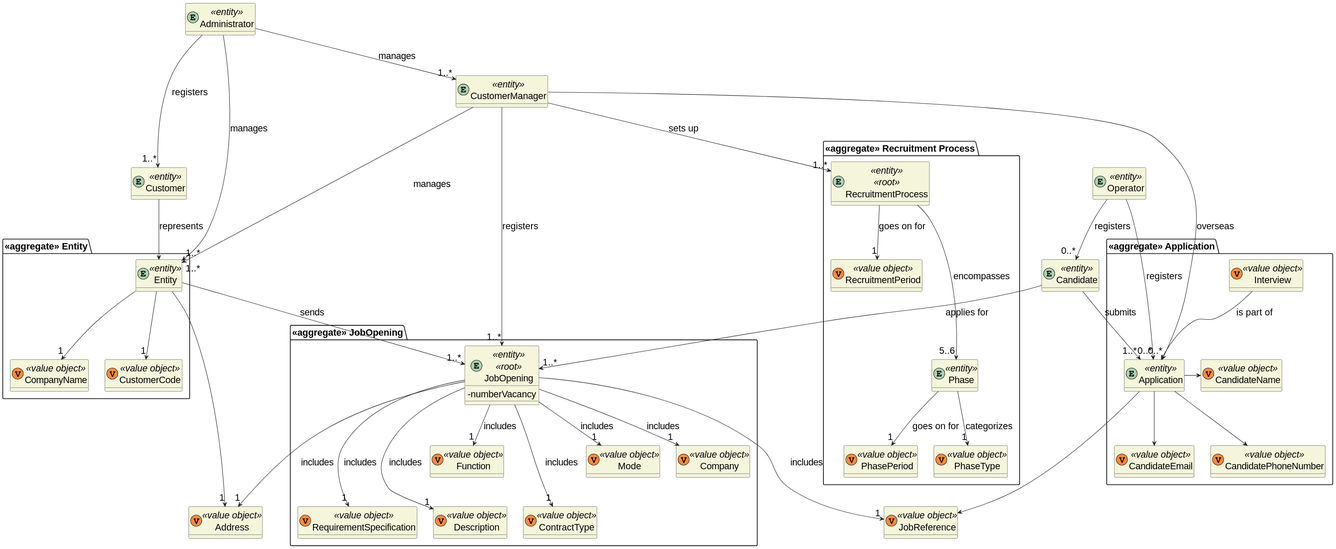
Earlier version of the PlantUML export docs/us_g006/domain-model.svg (rita-barbosa/LAPR4-2324). The source it was exported from:
```plantuml
@startuml
skinparamlocked defaultFontSize 20

skinparam classAttributeIconSize 0
hide empty attributes
skinparam classBackgroundColor beige
skinparam ArrowColor #222222



    class JobReference <<(V,#FF8B40) value object>> {}
    class Address <<(V,#FF8B40) value object>> {}

package "<<aggregate>> JobOpening" {
    entity JobOpening <<entity>> <<root>> {
    - numberVacancy
    }
    class Function <<(V,#FF8B40) value object>> {}
    class ContractType <<(V,#FF8B40) value object>> {}
    class Mode <<(V,#FF8B40) value object>> {}

    class Company <<(V,#FF8B40) value object>> {}
    class RequirementSpecification <<(V,#FF8B40) value object>> {}
    class Description <<(V,#FF8B40) value object>> {}
}

    entity Administrator <<entity>>  {}
    entity CustomerManager <<entity>>  {}

package "<<aggregate>> Entity" {
    entity Entity <<entity>>  {}
    class CompanyName <<(V,#FF8B40) value object>> {}
    class CustomerCode <<(V,#FF8B40) value object>> {}
}

    entity Customer <<entity>>  {}
    entity Operator <<entity>>  {}
    entity Candidate <<entity>>  {}


package "<<aggregate>> Application" {
    entity Application <<entity>>  {}
    class Interview <<(V,#FF8B40) value object>> {}
    class CandidateEmail <<(V,#FF8B40) value object>> {}
    class CandidateName <<(V,#FF8B40) value object>> {}
    class CandidatePhoneNumber <<(V,#FF8B40) value object>> {}
}

package "<<aggregate>> Recruitment Process" {
    entity RecruitmentProcess <<entity>> <<root>> {}
    class RecruitmentPeriod <<(V,#FF8B40) value object>> {}
    entity Phase <<entity>> {}
    class PhasePeriod <<(V,#FF8B40) value object>> {}
    class PhaseType <<(V,#FF8B40) value object>> {}
}



Administrator -> "1..*" Entity: manages
Administrator --> "1..*" CustomerManager : manages
Administrator -> "1..*" Customer : registers

Entity --> "1..*" JobOpening : sends
Entity --> "1" CompanyName
Entity --> "1" Address
Entity --> "1" CustomerCode

CustomerManager ---> "1..*" Entity: manages
CustomerManager -> "1..*" JobOpening: registers

CustomerManager ---> "0..*" Application : overseas
CustomerManager --> "1..*" RecruitmentProcess : sets up


Operator --> "0..*" Candidate : registers
Operator --> "0..*" Application : registers

Candidate --> "1..*" Application : submits
Candidate --> "1..*" JobOpening : applies for

JobOpening ---> "1"  JobReference : includes
JobOpening --> "1"  Mode : includes
JobOpening ---> "1"  Address : includes
JobOpening --> "1"  Function : includes
JobOpening ---> "1"  Description : includes
JobOpening ---> "1"  ContractType : includes
JobOpening --> "1"  Company : includes
JobOpening ---> "1"  RequirementSpecification : includes

RecruitmentProcess --> "1" RecruitmentPeriod : goes on for
RecruitmentProcess ---> "5..6" Phase : encompasses
Phase --> "1" PhasePeriod :  goes on for
Phase --> "1" PhaseType : categorizes

Customer --> Entity :  represents
Interview --> Application : is part of

Application --> JobReference
Application --> CandidateEmail
Application -> CandidateName
Application --> CandidatePhoneNumber
@enduml
```
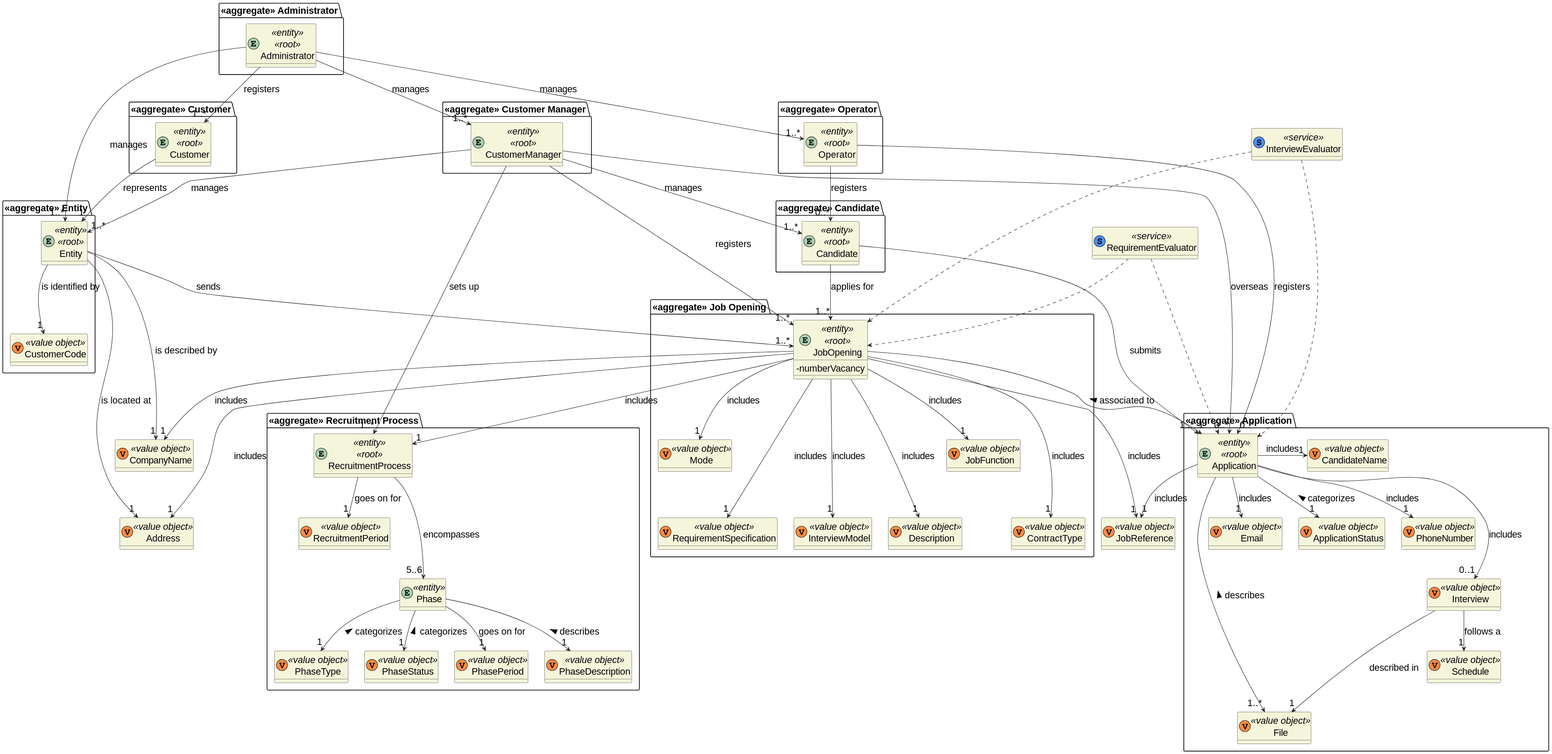
The same diagram one commit later.

Commit message:
docs: update of the domain model. [#7]

What changed in the source:
```diff
@@ -10,40 +10,52 @@
 
     class JobReference <<(V,#FF8B40) value object>> {}
     class Address <<(V,#FF8B40) value object>> {}
+    class CompanyName <<(V,#FF8B40) value object>> {}
 
-package "<<aggregate>> JobOpening" {
+    class RequirementEvaluator <<(S,#4d91f7) service>> {}
+    class InterviewEvaluator <<(S,#4d91f7) service>> {}
+
+package "<<aggregate>> Job Opening" {
     entity JobOpening <<entity>> <<root>> {
     - numberVacancy
     }
-    class Function <<(V,#FF8B40) value object>> {}
+    class JobFunction <<(V,#FF8B40) value object>> {}
     class ContractType <<(V,#FF8B40) value object>> {}
     class Mode <<(V,#FF8B40) value object>> {}
 
-    class Company <<(V,#FF8B40) value object>> {}
     class RequirementSpecification <<(V,#FF8B40) value object>> {}
+     class InterviewModel <<(V,#FF8B40) value object>> {}
     class Description <<(V,#FF8B40) value object>> {}
 }
-
-    entity Administrator <<entity>>  {}
-    entity CustomerManager <<entity>>  {}
-
+package "<<aggregate>> Administrator" {
+    entity Administrator <<entity>> <<root>>  {}
+}
+package "<<aggregate>> Customer Manager" {
+    entity CustomerManager <<entity>> <<root>>  {}
+}
 package "<<aggregate>> Entity" {
-    entity Entity <<entity>>  {}
-    class CompanyName <<(V,#FF8B40) value object>> {}
+    entity Entity <<entity>> <<root>>  {}
     class CustomerCode <<(V,#FF8B40) value object>> {}
 }
-
-    entity Customer <<entity>>  {}
-    entity Operator <<entity>>  {}
-    entity Candidate <<entity>>  {}
-
+package "<<aggregate>> Customer" {
+    entity Customer <<entity>> <<root>> {}
+    }
+package "<<aggregate>> Operator" {
+    entity Operator <<entity>> <<root>> {}
+}
+    package "<<aggregate>> Candidate" {
+    entity Candidate <<entity>>  <<root>>{}
+}
 
 package "<<aggregate>> Application" {
-    entity Application <<entity>>  {}
-    class Interview <<(V,#FF8B40) value object>> {}
-    class CandidateEmail <<(V,#FF8B40) value object>> {}
+    entity Application <<entity>><<root>>  {}
+    class Email <<(V,#FF8B40) value object>> {}
+    class ApplicationStatus <<(V,#FF8B40) value object>> {}
     class CandidateName <<(V,#FF8B40) value object>> {}
-    class CandidatePhoneNumber <<(V,#FF8B40) value object>> {}
+    class PhoneNumber <<(V,#FF8B40) value object>> {}
+    class Interview <<(V,#FF8B40) value object>>   {}
+    class Schedule <<(V,#FF8B40) value object>> {}
+     class File <<(V,#FF8B40) value object>> {}
 }
 
 package "<<aggregate>> Recruitment Process" {
@@ -51,52 +63,58 @@
     class RecruitmentPeriod <<(V,#FF8B40) value object>> {}
     entity Phase <<entity>> {}
     class PhasePeriod <<(V,#FF8B40) value object>> {}
+    class PhaseDescription <<(V,#FF8B40) value object>> {}
     class PhaseType <<(V,#FF8B40) value object>> {}
+    class PhaseStatus <<(V,#FF8B40) value object>> {}
 }
-
 
 
 Administrator -> "1..*" Entity: manages
 Administrator --> "1..*" CustomerManager : manages
+Administrator -> "1..*" Operator : manages
 Administrator -> "1..*" Customer : registers
-
 Entity --> "1..*" JobOpening : sends
-Entity --> "1" CompanyName
-Entity --> "1" Address
-Entity --> "1" CustomerCode
-
-CustomerManager ---> "1..*" Entity: manages
+Entity --> "1" CompanyName : is described by
+Entity --> "1" Address : is located at
+Entity --> "1" CustomerCode : is identified by
+CustomerManager --> "1..*" Entity: manages
 CustomerManager -> "1..*" JobOpening: registers
-
 CustomerManager ---> "0..*" Application : overseas
 CustomerManager --> "1..*" RecruitmentProcess : sets up
-
-
+CustomerManager --> "1..*" Candidate : manages
 Operator --> "0..*" Candidate : registers
 Operator --> "0..*" Application : registers
-
 Candidate --> "1..*" Application : submits
 Candidate --> "1..*" JobOpening : applies for
-
+Customer --> "1" Entity :  represents
 JobOpening ---> "1"  JobReference : includes
 JobOpening --> "1"  Mode : includes
 JobOpening ---> "1"  Address : includes
-JobOpening --> "1"  Function : includes
+JobOpening --> "1"  JobFunction : includes
 JobOpening ---> "1"  Description : includes
 JobOpening ---> "1"  ContractType : includes
-JobOpening --> "1"  Company : includes
+JobOpening --> "1"  CompanyName : includes
 JobOpening ---> "1"  RequirementSpecification : includes
-
+JobOpening ---> "1"  InterviewModel : includes
+JobOpening --> "1"  RecruitmentProcess : includes
+JobOpening --> "1"  Application : associated to <
 RecruitmentProcess --> "1" RecruitmentPeriod : goes on for
 RecruitmentProcess ---> "5..6" Phase : encompasses
 Phase --> "1" PhasePeriod :  goes on for
-Phase --> "1" PhaseType : categorizes
-
-Customer --> Entity :  represents
-Interview --> Application : is part of
-
-Application --> JobReference
-Application --> CandidateEmail
-Application -> CandidateName
-Application --> CandidatePhoneNumber
+Phase --> "1" PhaseType : categorizes <
+Phase --> "1" PhaseStatus : categorizes <
+Phase --> "1" PhaseDescription : describes <
+Application ---> "0..1" Interview : includes
+Application --> "1" JobReference : includes
+Application --> "1" Email: includes
+Application -> "1" CandidateName: includes
+Application --> "1" PhoneNumber: includes
+Application -> "1..*" File : describes <
+Application --> "1" ApplicationStatus : categorizes <
+RequirementEvaluator .-> Application
+RequirementEvaluator .-> JobOpening
+InterviewEvaluator .--> Application
+InterviewEvaluator .--> JobOpening
+Interview ---> "1" File: described in
+Interview --> "1" Schedule : follows a
 @enduml
```
